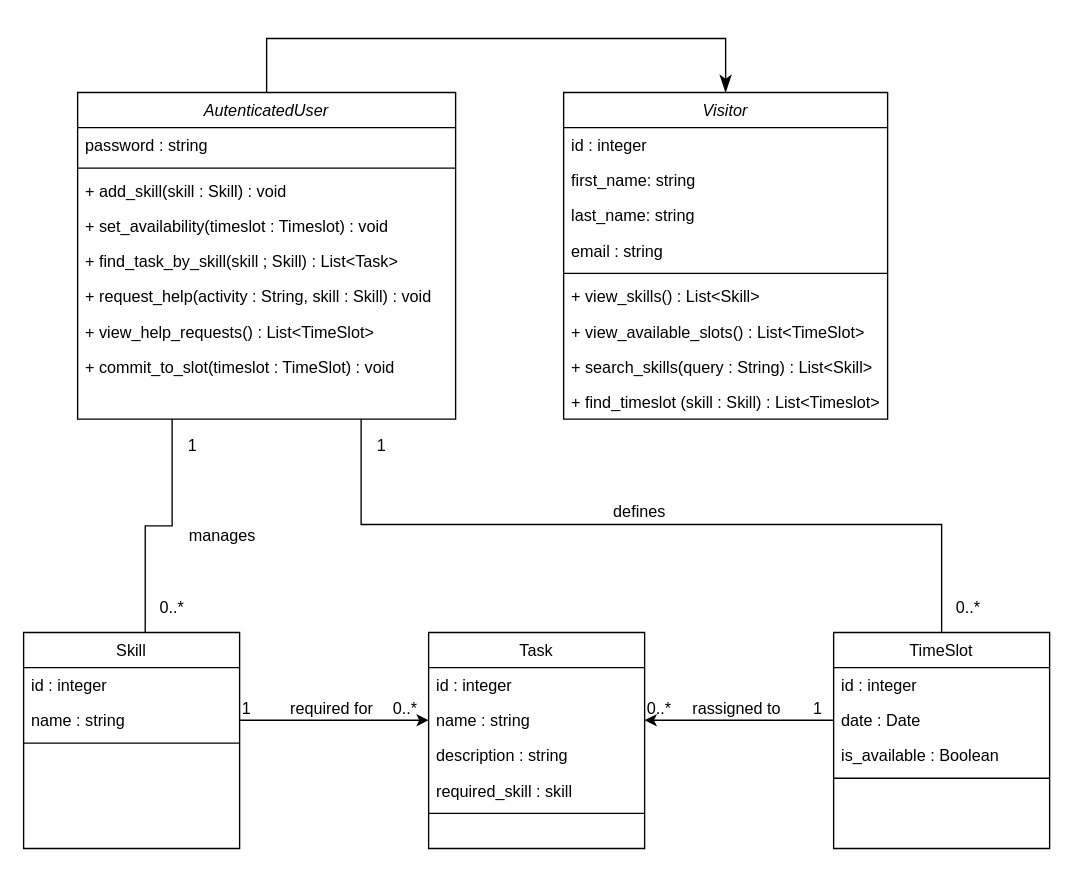
Above: voisins_malins/UML/DiagramClasses_VoisinsMalins.drawio in TonyB-FMS/Voisins-Malins (draw.io), before the change. Source tidied: cells renumbered, new cells numbered last; positions are measured from the earlier drawing's top-left corner, leaving out a move shared by most shapes. Both pictures are drawn from the tidied source at 135%, with x=0, y=0 at pixel (23, 38).
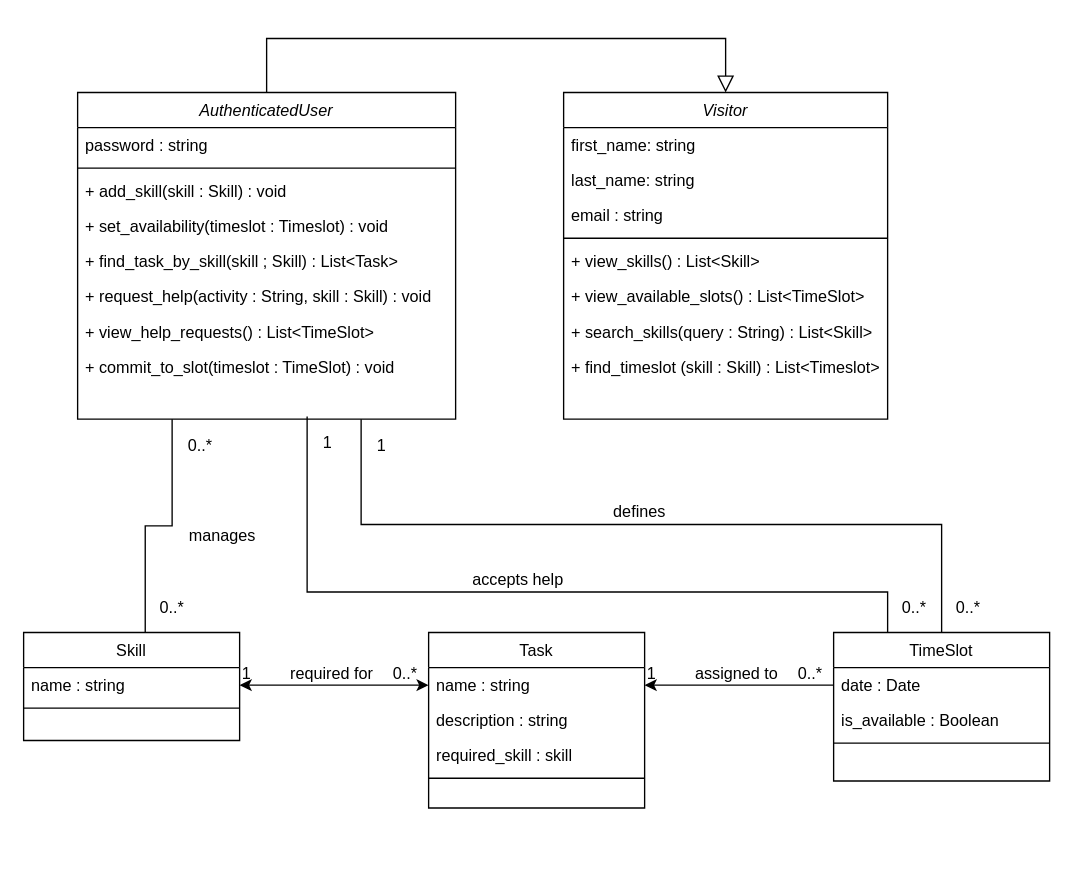
The same diagram, later.

The change refers to these unchanged cells:
```xml
<mxCell id="2" value="Visitor" style="swimlane;fontStyle=2;align=center;verticalAlign=top;horizontal=1;startSize=26;rounded=0;shadow=0;strokeWidth=1;" parent="1" vertex="1">
  <mxGeometry x="400" y="40" width="240" height="242" as="geometry" />
</mxCell>
<mxCell id="37" style="endArrow=none;shadow=0;strokeWidth=1;rounded=0;curved=0;endFill=0;edgeStyle=elbowEdgeStyle;elbow=vertical;entryX=0.563;entryY=0;entryDx=0;entryDy=0;entryPerimeter=0;exitX=0.25;exitY=1;exitDx=0;exitDy=0;" parent="1" edge="1" source="16" target="12">
  <mxGeometry x="0.5" y="41" relative="1" as="geometry">
    <mxPoint x="-40" y="32" as="offset" />
  </mxGeometry>
</mxCell>
<mxCell id="45" style="endArrow=none;shadow=0;strokeWidth=1;rounded=0;curved=0;endFill=0;edgeStyle=elbowEdgeStyle;elbow=vertical;entryX=0;entryY=0.5;entryDx=0;entryDy=0;exitX=1;exitY=0.5;exitDx=0;exitDy=0;startArrow=classic;startFill=1;" parent="1" edge="1" source="32" target="27">
  <mxGeometry x="0.5" y="41" relative="1" as="geometry">
    <mxPoint x="-40" y="32" as="offset" />
  </mxGeometry>
</mxCell>
```

What changed in the source:
```diff
@@
-    <mxCell id="3" value="id : integer" style="text;align=left;verticalAlign=top;spacingLeft=4;spacingRight=4;overflow=hidden;" parent="2" vertex="1">
-      <mxGeometry y="26" width="240" height="26" as="geometry" />
-    </mxCell>
     <mxCell id="4" value="first_name: string" style="text;align=left;verticalAlign=top;spacingLeft=4;spacingRight=4;overflow=hidden;rounded=0;shadow=0;html=0;" parent="2" vertex="1">
-      <mxGeometry y="52" width="240" height="26" as="geometry" />
+      <mxGeometry y="26" width="240" height="26" as="geometry" />
     </mxCell>
     <mxCell id="5" value="last_name: string" style="text;align=left;verticalAlign=top;spacingLeft=4;spacingRight=4;overflow=hidden;rounded=0;shadow=0;html=0;" parent="2" vertex="1">
-      <mxGeometry y="78" width="240" height="26" as="geometry" />
+      <mxGeometry y="52" width="240" height="26" as="geometry" />
     </mxCell>
     <mxCell id="6" value="email : string" style="text;align=left;verticalAlign=top;spacingLeft=4;spacingRight=4;overflow=hidden;rounded=0;shadow=0;html=0;" parent="2" vertex="1">
-      <mxGeometry y="104" width="240" height="26" as="geometry" />
+      <mxGeometry y="78" width="240" height="26" as="geometry" />
     </mxCell>
     <mxCell id="7" style="line;html=1;strokeWidth=1;align=left;verticalAlign=middle;spacingTop=-1;spacingLeft=3;spacingRight=3;labelPosition=right;" parent="2" vertex="1">
-      <mxGeometry y="130" width="240" height="8" as="geometry" />
+      <mxGeometry y="104" width="240" height="8" as="geometry" />
     </mxCell>
     <mxCell id="8" value="+ view_skills() : List&lt;Skill&gt;" style="text;align=left;verticalAlign=top;spacingLeft=4;spacingRight=4;overflow=hidden;" parent="2" vertex="1">
-      <mxGeometry y="138" width="240" height="26" as="geometry" />
+      <mxGeometry y="112" width="240" height="26" as="geometry" />
     </mxCell>
     <mxCell id="9" value="+ view_available_slots() : List&lt;TimeSlot&gt;" style="text;align=left;verticalAlign=top;spacingLeft=4;spacingRight=4;overflow=hidden;" parent="2" vertex="1">
-      <mxGeometry y="164" width="240" height="26" as="geometry" />
+      <mxGeometry y="138" width="240" height="26" as="geometry" />
     </mxCell>
     <mxCell id="10" value="+ search_skills(query : String) : List&lt;Skill&gt;" style="text;align=left;verticalAlign=top;spacingLeft=4;spacingRight=4;overflow=hidden;" parent="2" vertex="1">
-      <mxGeometry y="190" width="240" height="26" as="geometry" />
+      <mxGeometry y="164" width="240" height="26" as="geometry" />
     </mxCell>
     <mxCell id="11" value="+ find_timeslot (skill : Skill) : List&lt;Timeslot&gt;" style="text;align=left;verticalAlign=top;spacingLeft=4;spacingRight=4;overflow=hidden;" parent="2" vertex="1">
-      <mxGeometry y="216" width="240" height="26" as="geometry" />
+      <mxGeometry y="190" width="240" height="26" as="geometry" />
     </mxCell>
     <mxCell id="12" value="Skill" style="swimlane;fontStyle=0;align=center;verticalAlign=top;horizontal=1;startSize=26;rounded=0;shadow=0;strokeWidth=1;" parent="1" vertex="1">
-      <mxGeometry y="440" width="160" height="160" as="geometry" />
+      <mxGeometry y="440" width="160" height="80" as="geometry" />
     </mxCell>
-    <mxCell id="13" value="id : integer" style="text;align=left;verticalAlign=top;spacingLeft=4;spacingRight=4;overflow=hidden;" parent="12" vertex="1">
-      <mxGeometry y="26" width="160" height="26" as="geometry" />
-    </mxCell>
     <mxCell id="14" value="name : string" style="text;align=left;verticalAlign=top;spacingLeft=4;spacingRight=4;overflow=hidden;points=[[0,0.5],[1,0.5]];portConstraint=eastwest;rounded=0;shadow=0;html=0;" parent="12" vertex="1">
-      <mxGeometry y="52" width="160" height="26" as="geometry" />
+      <mxGeometry y="26" width="160" height="26" as="geometry" />
     </mxCell>
     <mxCell id="15" style="line;html=1;strokeWidth=1;align=left;verticalAlign=middle;spacingTop=-1;spacingLeft=3;spacingRight=3;labelPosition=right;" parent="12" vertex="1">
-      <mxGeometry y="78" width="160" height="8" as="geometry" />
+      <mxGeometry y="52" width="160" height="8" as="geometry" />
     </mxCell>
-    <mxCell id="16" value="AutenticatedUser" style="swimlane;fontStyle=2;align=center;verticalAlign=top;horizontal=1;startSize=26;rounded=0;shadow=0;strokeWidth=1;" parent="1" vertex="1">
+    <mxCell id="16" value="AuthenticatedUser" style="swimlane;fontStyle=2;align=center;verticalAlign=top;horizontal=1;startSize=26;rounded=0;shadow=0;strokeWidth=1;" parent="1" vertex="1">
       <mxGeometry x="40" y="40" width="280" height="242" as="geometry" />
     </mxCell>
@@
     <mxCell id="25" value="TimeSlot" style="swimlane;fontStyle=0;align=center;verticalAlign=top;horizontal=1;startSize=26;rounded=0;shadow=0;strokeWidth=1;" parent="1" vertex="1">
-      <mxGeometry x="600" y="440" width="160" height="160" as="geometry" />
+      <mxGeometry x="600" y="440" width="160" height="110" as="geometry" />
     </mxCell>
-    <mxCell id="26" value="id : integer" style="text;align=left;verticalAlign=top;spacingLeft=4;spacingRight=4;overflow=hidden;" parent="25" vertex="1">
-      <mxGeometry y="26" width="160" height="26" as="geometry" />
-    </mxCell>
     <mxCell id="27" value="date : Date" style="text;align=left;verticalAlign=top;spacingLeft=4;spacingRight=4;overflow=hidden;points=[[0,0.5],[1,0.5]];portConstraint=eastwest;rounded=0;shadow=0;html=0;" parent="25" vertex="1">
-      <mxGeometry y="52" width="160" height="26" as="geometry" />
+      <mxGeometry y="26" width="160" height="26" as="geometry" />
     </mxCell>
     <mxCell id="28" value="is_available : Boolean" style="text;align=left;verticalAlign=top;spacingLeft=4;spacingRight=4;overflow=hidden;rounded=0;shadow=0;html=0;" parent="25" vertex="1">
-      <mxGeometry y="78" width="160" height="26" as="geometry" />
+      <mxGeometry y="52" width="160" height="26" as="geometry" />
     </mxCell>
     <mxCell id="29" style="line;html=1;strokeWidth=1;align=left;verticalAlign=middle;spacingTop=-1;spacingLeft=3;spacingRight=3;labelPosition=right;" parent="25" vertex="1">
-      <mxGeometry y="104" width="160" height="8" as="geometry" />
+      <mxGeometry y="78" width="160" height="8" as="geometry" />
     </mxCell>
     <mxCell id="30" value="Task" style="swimlane;fontStyle=0;align=center;verticalAlign=top;horizontal=1;startSize=26;rounded=0;shadow=0;strokeWidth=1;" parent="1" vertex="1">
-      <mxGeometry x="300" y="440" width="160" height="160" as="geometry" />
+      <mxGeometry x="300" y="440" width="160" height="130" as="geometry" />
     </mxCell>
-    <mxCell id="31" value="id : integer" style="text;align=left;verticalAlign=top;spacingLeft=4;spacingRight=4;overflow=hidden;" parent="30" vertex="1">
-      <mxGeometry y="26" width="160" height="26" as="geometry" />
-    </mxCell>
     <mxCell id="32" value="name : string" style="text;align=left;verticalAlign=top;spacingLeft=4;spacingRight=4;overflow=hidden;points=[[0,0.5],[1,0.5]];portConstraint=eastwest;rounded=0;shadow=0;html=0;" parent="30" vertex="1">
-      <mxGeometry y="52" width="160" height="26" as="geometry" />
+      <mxGeometry y="26" width="160" height="26" as="geometry" />
     </mxCell>
     <mxCell id="33" value="description : string" style="text;align=left;verticalAlign=top;spacingLeft=4;spacingRight=4;overflow=hidden;rounded=0;shadow=0;html=0;" parent="30" vertex="1">
-      <mxGeometry y="78" width="160" height="26" as="geometry" />
+      <mxGeometry y="52" width="160" height="26" as="geometry" />
     </mxCell>
     <mxCell id="34" value="required_skill : skill" style="text;align=left;verticalAlign=top;spacingLeft=4;spacingRight=4;overflow=hidden;rounded=0;shadow=0;html=0;" parent="30" vertex="1">
-      <mxGeometry y="104" width="160" height="26" as="geometry" />
+      <mxGeometry y="78" width="160" height="26" as="geometry" />
     </mxCell>
     <mxCell id="35" style="line;html=1;strokeWidth=1;align=left;verticalAlign=middle;spacingTop=-1;spacingLeft=3;spacingRight=3;labelPosition=right;" parent="30" vertex="1">
-      <mxGeometry y="130" width="160" height="8" as="geometry" />
+      <mxGeometry y="104" width="160" height="8" as="geometry" />
     </mxCell>
-    <mxCell id="36" style="endArrow=classicThin;endSize=10;endFill=1;shadow=0;strokeWidth=1;rounded=0;curved=0;edgeStyle=elbowEdgeStyle;elbow=vertical;entryX=0.5;entryY=0;entryDx=0;entryDy=0;exitX=0.5;exitY=0;exitDx=0;exitDy=0;" parent="1" edge="1" source="16" target="2">
+    <mxCell id="36" style="endArrow=block;endSize=10;endFill=0;shadow=0;strokeWidth=1;rounded=0;curved=0;edgeStyle=elbowEdgeStyle;elbow=vertical;entryX=0.5;entryY=0;entryDx=0;entryDy=0;exitX=0.5;exitY=0;exitDx=0;exitDy=0;" parent="1" edge="1" source="16" target="2">
       <mxGeometry relative="1" as="geometry">
         <Array as="points">
           <mxPoint x="370" />
         </Array>
       </mxGeometry>
     </mxCell>
@@
-    <mxCell id="38" value="1" style="align=left;verticalAlign=bottom;labelBackgroundColor=none;fontSize=12;" parent="37" vertex="1">
+    <mxCell id="38" value="0..*" style="align=left;verticalAlign=bottom;labelBackgroundColor=none;fontSize=12;" parent="37" vertex="1">
       <mxGeometry x="-1" relative="1" as="geometry">
         <mxPoint x="10" y="28" as="offset" />
       </mxGeometry>
     </mxCell>
@@
-    <mxCell id="46" value="0..*" style="align=left;verticalAlign=bottom;labelBackgroundColor=none;fontSize=12;" parent="45" vertex="1">
+    <mxCell id="46" value="1" style="align=left;verticalAlign=bottom;labelBackgroundColor=none;fontSize=12;" parent="45" vertex="1">
       <mxGeometry x="-1" relative="1" as="geometry" />
     </mxCell>
-    <mxCell id="47" value="1" style="align=right;verticalAlign=bottom;labelBackgroundColor=none;fontSize=12;" parent="45" vertex="1">
+    <mxCell id="47" value="0..*" style="align=right;verticalAlign=bottom;labelBackgroundColor=none;fontSize=12;" parent="45" vertex="1">
       <mxGeometry x="1" relative="1" as="geometry">
         <mxPoint x="-7" as="offset" />
       </mxGeometry>
     </mxCell>
-    <mxCell id="48" value="rassigned to" style="text;html=1;align=center;verticalAlign=middle;labelBackgroundColor=none;rounded=0;shadow=0;strokeWidth=1;fontSize=12;" parent="45" vertex="1">
+    <mxCell id="48" value="assigned to" style="text;html=1;align=center;verticalAlign=middle;labelBackgroundColor=none;rounded=0;shadow=0;strokeWidth=1;fontSize=12;" parent="45" vertex="1">
       <mxGeometry x="0.5" y="49" relative="1" as="geometry">
         <mxPoint x="-38" y="40" as="offset" />
       </mxGeometry>
     </mxCell>
-    <mxCell id="49" style="endArrow=classic;shadow=0;strokeWidth=1;rounded=0;curved=0;endFill=1;edgeStyle=elbowEdgeStyle;elbow=vertical;exitX=1;exitY=0.5;exitDx=0;exitDy=0;entryX=0;entryY=0.5;entryDx=0;entryDy=0;startArrow=none;startFill=0;" parent="1" edge="1" source="14" target="32">
+    <mxCell id="49" style="endArrow=classic;shadow=0;strokeWidth=1;rounded=0;curved=0;endFill=1;edgeStyle=elbowEdgeStyle;elbow=vertical;exitX=1;exitY=0.5;exitDx=0;exitDy=0;entryX=0;entryY=0.5;entryDx=0;entryDy=0;startArrow=classic;startFill=1;" parent="1" edge="1" source="14" target="32">
       <mxGeometry x="0.5" y="41" relative="1" as="geometry">
         <mxPoint x="-40" y="32" as="offset" />
       </mxGeometry>
     </mxCell>
@@
+    <mxCell id="53" style="endArrow=none;shadow=0;strokeWidth=1;rounded=0;curved=0;endFill=0;edgeStyle=elbowEdgeStyle;elbow=vertical;" parent="1" edge="1">
+      <mxGeometry x="0.5" y="41" relative="1" as="geometry">
+        <mxPoint x="210" y="280" as="sourcePoint" />
+        <mxPoint x="640" y="440" as="targetPoint" />
+        <Array as="points">
+          <mxPoint x="430" y="410" />
+        </Array>
+        <mxPoint x="-40" y="32" as="offset" />
+      </mxGeometry>
+    </mxCell>
+    <mxCell id="54" value="1" style="align=left;verticalAlign=bottom;labelBackgroundColor=none;fontSize=12;" parent="53" vertex="1">
+      <mxGeometry x="-1" relative="1" as="geometry">
+        <mxPoint x="10" y="28" as="offset" />
+      </mxGeometry>
+    </mxCell>
+    <mxCell id="55" value="0..*" style="align=right;verticalAlign=bottom;labelBackgroundColor=none;fontSize=12;" parent="53" vertex="1">
+      <mxGeometry x="1" relative="1" as="geometry">
+        <mxPoint x="30" y="-10" as="offset" />
+      </mxGeometry>
+    </mxCell>
+    <mxCell id="56" value="accepts help" style="text;html=1;align=center;verticalAlign=middle;labelBackgroundColor=none;rounded=0;shadow=0;strokeWidth=1;fontSize=12;" parent="53" vertex="1">
+      <mxGeometry x="0.5" y="49" relative="1" as="geometry">
+        <mxPoint x="-158" y="39" as="offset" />
+      </mxGeometry>
+    </mxCell>
```
